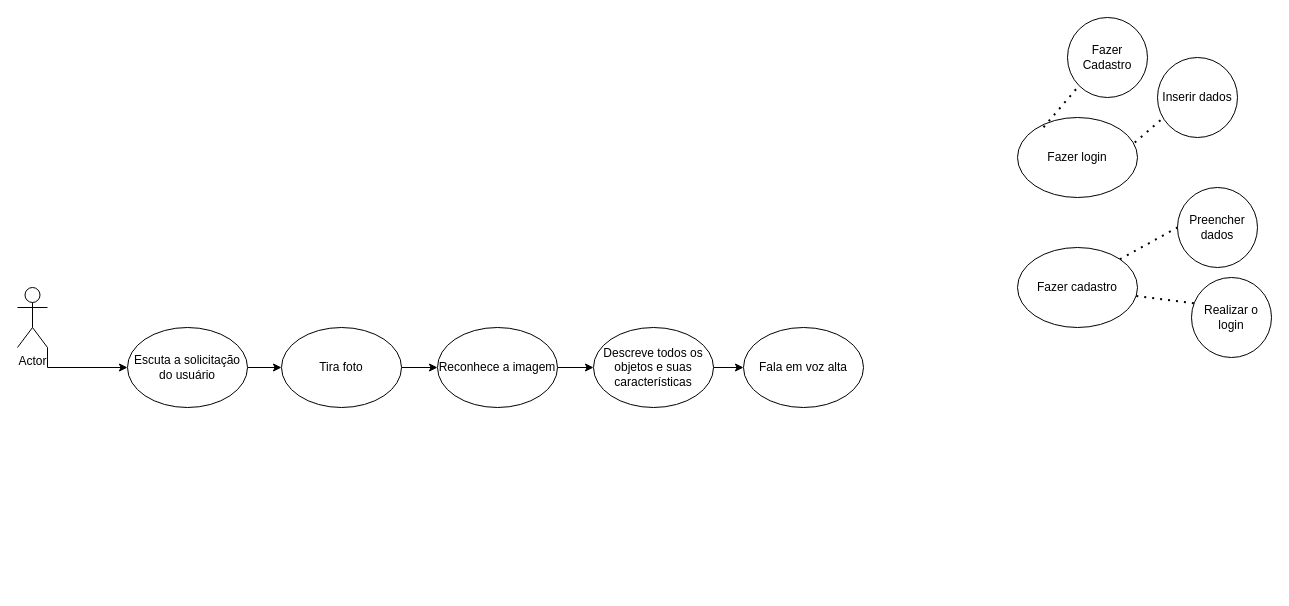
This is desenvolvimento_sistemas/3des/tcc/diagrama_caso_uso.drawio from LarissaCarrara/Senai-desenvolvimento-de-sistemas, a draw.io file, before an edit. Source tidied: cells renumbered, new cells numbered last; positions are measured from the earlier drawing's top-left corner, leaving out a move shared by most shapes. Both pictures are drawn from the tidied source at 100%, with x=0, y=0 at pixel (17, 17).
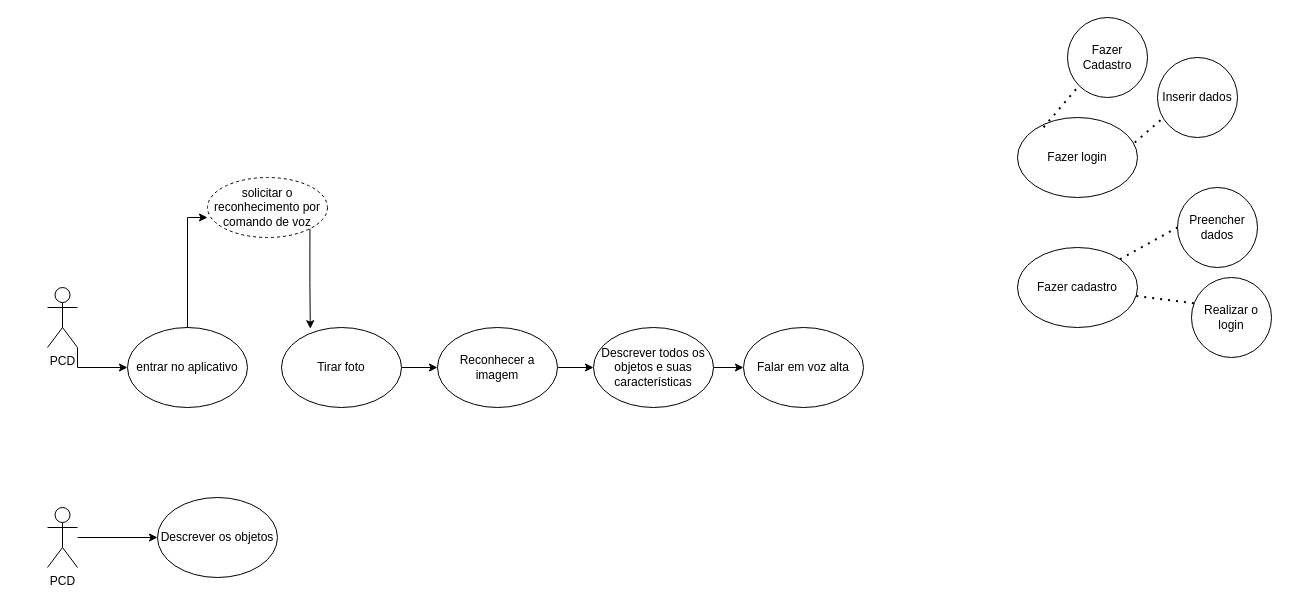
Above is the later version.

Diff of the diagram source:
```diff
@@
-    <mxCell id="3" value="Actor" style="shape=umlActor;verticalLabelPosition=bottom;verticalAlign=top;html=1;outlineConnect=0;" parent="1" vertex="1">
-      <mxGeometry y="270" width="30" height="60" as="geometry" />
+    <mxCell id="3" value="PCD&lt;br&gt;" style="shape=umlActor;verticalLabelPosition=bottom;verticalAlign=top;html=1;outlineConnect=0;" parent="1" vertex="1">
+      <mxGeometry x="30" y="270" width="30" height="60" as="geometry" />
     </mxCell>
@@
-    <mxCell id="7" value="Reconhece a imagem" style="ellipse;whiteSpace=wrap;html=1;" parent="1" vertex="1">
+    <mxCell id="7" value="Reconhecer a imagem" style="ellipse;whiteSpace=wrap;html=1;" parent="1" vertex="1">
       <mxGeometry x="420" y="310" width="120" height="80" as="geometry" />
     </mxCell>
@@
-    <mxCell id="9" value="Descreve todos os objetos e suas características" style="ellipse;whiteSpace=wrap;html=1;" parent="1" vertex="1">
+    <mxCell id="9" value="Descrever todos os objetos e suas características" style="ellipse;whiteSpace=wrap;html=1;" parent="1" vertex="1">
       <mxGeometry x="576" y="310" width="120" height="80" as="geometry" />
     </mxCell>
-    <mxCell id="10" value="Fala em voz alta" style="ellipse;whiteSpace=wrap;html=1;" parent="1" vertex="1">
+    <mxCell id="10" value="Falar em voz alta" style="ellipse;whiteSpace=wrap;html=1;" parent="1" vertex="1">
       <mxGeometry x="726" y="310" width="120" height="80" as="geometry" />
     </mxCell>
-    <mxCell id="11" style="edgeStyle=orthogonalEdgeStyle;rounded=0;jettySize=auto;html=1;" parent="1" edge="1" source="12" target="22">
-      <mxGeometry relative="1" as="geometry" />
-    </mxCell>
-    <mxCell id="12" value="Escuta a solicitação do usuário" style="ellipse;whiteSpace=wrap;html=1;" parent="1" vertex="1">
+    <mxCell id="12" value="entrar no aplicativo" style="ellipse;whiteSpace=wrap;html=1;" parent="1" vertex="1">
       <mxGeometry x="110" y="310" width="120" height="80" as="geometry" />
     </mxCell>
@@
-    <mxCell id="22" value="Tira foto" style="ellipse;whiteSpace=wrap;html=1;" parent="1" vertex="1">
+    <mxCell id="22" value="Tirar foto" style="ellipse;whiteSpace=wrap;html=1;" parent="1" vertex="1">
       <mxGeometry x="264" y="310" width="120" height="80" as="geometry" />
     </mxCell>
+    <mxCell id="23" value="solicitar o reconhecimento por comando de voz" style="ellipse;whiteSpace=wrap;html=1;align=center;dashed=1;" parent="1" vertex="1">
+      <mxGeometry x="190" y="160" width="120" height="60" as="geometry" />
+    </mxCell>
+    <mxCell id="24" style="edgeStyle=orthogonalEdgeStyle;rounded=0;jettySize=auto;html=1;exitX=0.5;exitY=0;exitDx=0;exitDy=0;entryX=0;entryY=0.667;entryDx=0;entryDy=0;entryPerimeter=0;" parent="1" edge="1" source="12" target="23">
+      <mxGeometry relative="1" as="geometry" />
+    </mxCell>
+    <mxCell id="25" style="edgeStyle=orthogonalEdgeStyle;rounded=0;jettySize=auto;html=1;exitX=1;exitY=1;exitDx=0;exitDy=0;entryX=0.24;entryY=0.015;entryDx=0;entryDy=0;entryPerimeter=0;" parent="1" edge="1" source="23" target="22">
+      <mxGeometry relative="1" as="geometry" />
+    </mxCell>
+    <mxCell id="26" style="edgeStyle=orthogonalEdgeStyle;rounded=0;jettySize=auto;html=1;" parent="1" edge="1" source="27" target="28">
+      <mxGeometry relative="1" as="geometry" />
+    </mxCell>
+    <mxCell id="27" value="PCD&lt;br&gt;" style="shape=umlActor;verticalLabelPosition=bottom;verticalAlign=top;html=1;outlineConnect=0;" parent="1" vertex="1">
+      <mxGeometry x="30" y="490" width="30" height="60" as="geometry" />
+    </mxCell>
+    <mxCell id="28" value="Descrever os objetos" style="ellipse;whiteSpace=wrap;html=1;" parent="1" vertex="1">
+      <mxGeometry x="140" y="480" width="120" height="80" as="geometry" />
+    </mxCell>
```
